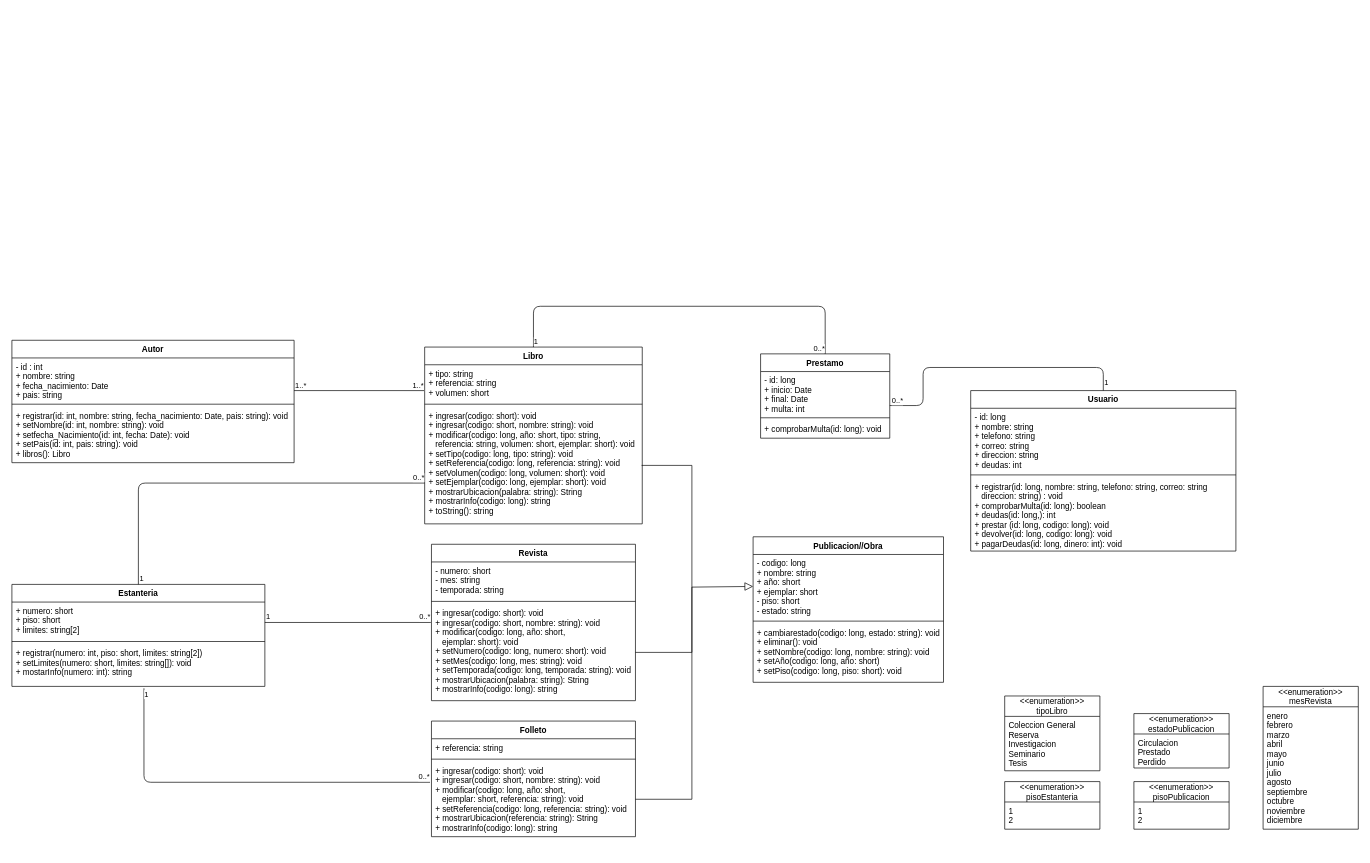
Earlier version of the draw.io diagram page "Diagrama de Clases" (1 of 3) of Memoria Escrita/Diagramas.drawio (POO2021-02-UNALMED/practica-1-grupo-2-equipo-3). Source tidied: cells renumbered, new cells numbered last; positions are measured from the earlier drawing's top-left corner, leaving out a move shared by most shapes. Both pictures are drawn from the tidied source at 68%, with x=0, y=0 at pixel (12, 306).
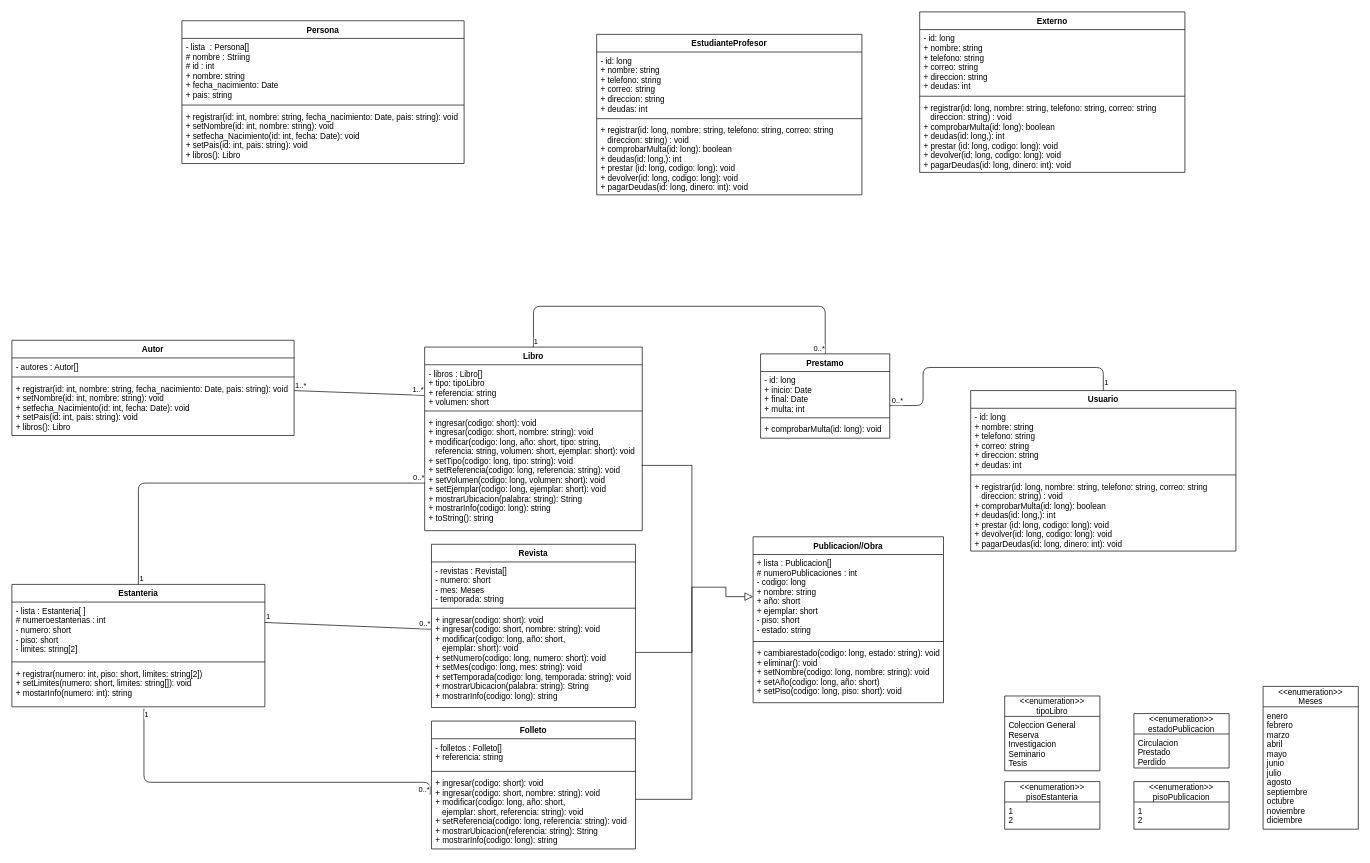
Above is the later version.

Change to the diagram source:
```diff
@@
     <mxCell id="3" value="Libro" style="swimlane;fontStyle=1;align=center;verticalAlign=top;horizontal=1;startSize=26;" parent="1" vertex="1">
-      <mxGeometry x="607" y="59.9" width="320" height="260" as="geometry" />
+      <mxGeometry x="607" y="59.9" width="320" height="270" as="geometry" />
     </mxCell>
-    <mxCell id="4" value="+ tipo: string&#10;+ referencia: string&#10;+ volumen: short" style="text;strokeColor=none;fillColor=none;align=left;verticalAlign=top;spacingLeft=4;spacingRight=4;overflow=hidden;points=[[0,0.5],[1,0.5]];portConstraint=eastwest;" parent="3" vertex="1">
-      <mxGeometry y="26" width="320" height="54" as="geometry" />
+    <mxCell id="4" value="- libros : Libro[]&#10;+ tipo: tipoLibro&#10;+ referencia: string&#10;+ volumen: short" style="text;strokeColor=none;fillColor=none;align=left;verticalAlign=top;spacingLeft=4;spacingRight=4;overflow=hidden;points=[[0,0.5],[1,0.5]];portConstraint=eastwest;" parent="3" vertex="1">
+      <mxGeometry y="26" width="320" height="64" as="geometry" />
     </mxCell>
     <mxCell id="5" style="line;strokeWidth=1;fillColor=none;align=left;verticalAlign=middle;spacingTop=-1;spacingLeft=3;spacingRight=3;labelPosition=right;" parent="3" vertex="1">
-      <mxGeometry y="80" width="320" height="8" as="geometry" />
+      <mxGeometry y="90" width="320" height="8" as="geometry" />
     </mxCell>
     <mxCell id="6" value="+ ingresar(codigo: short): void&#10;+ ingresar(codigo: short, nombre: string): void&#10;+ modificar(codigo: long, año: short, tipo: string, &#10;   referencia: string, volumen: short, ejemplar: short): void&#10;+ setTipo(codigo: long, tipo: string): void&#10;+ setReferencia(codigo: long, referencia: string): void&#10;+ setVolumen(codigo: long, volumen: short): void&#10;+ setEjemplar(codigo: long, ejemplar: short): void&#10;+ mostrarUbicacion(palabra: string): String&#10;+ mostrarInfo(codigo: long): string&#10;+ toString(): string" style="text;strokeColor=none;fillColor=none;align=left;verticalAlign=top;spacingLeft=4;spacingRight=4;overflow=hidden;" parent="3" vertex="1">
-      <mxGeometry y="88" width="320" height="172" as="geometry" />
+      <mxGeometry y="98" width="320" height="172" as="geometry" />
     </mxCell>
@@
     <mxCell id="11" value="Estanteria" style="swimlane;fontStyle=1;align=center;verticalAlign=top;horizontal=1;startSize=26;" parent="1" vertex="1">
-      <mxGeometry y="408.9" width="372" height="150" as="geometry" />
+      <mxGeometry y="408.9" width="372" height="180" as="geometry" />
     </mxCell>
-    <mxCell id="12" value="+ numero: short&#10;+ piso: short&#10;+ limites: string[2]" style="text;strokeColor=none;fillColor=none;align=left;verticalAlign=top;spacingLeft=4;spacingRight=4;overflow=hidden;" parent="11" vertex="1">
-      <mxGeometry y="26" width="372" height="54" as="geometry" />
+    <mxCell id="12" value="- lista : Estanteria[ ]&#10;# numeroestanterias : int&#10;- numero: short&#10;- piso: short&#10;- limites: string[2]" style="text;strokeColor=none;fillColor=none;align=left;verticalAlign=top;spacingLeft=4;spacingRight=4;overflow=hidden;" parent="11" vertex="1">
+      <mxGeometry y="26" width="372" height="84" as="geometry" />
     </mxCell>
     <mxCell id="13" style="line;strokeWidth=1;fillColor=none;align=left;verticalAlign=middle;spacingTop=-1;spacingLeft=3;spacingRight=3;labelPosition=right;" parent="11" vertex="1">
-      <mxGeometry y="80" width="372" height="8" as="geometry" />
+      <mxGeometry y="110" width="372" height="8" as="geometry" />
     </mxCell>
     <mxCell id="14" value="+ registrar(numero: int, piso: short, limites: string[2])&#10;+ setLimites(numero: short, limites: string[]): void&#10;+ mostarInfo(numero: int): string" style="text;strokeColor=none;fillColor=none;align=left;verticalAlign=top;spacingLeft=4;spacingRight=4;overflow=hidden;points=[[0,0.5],[1,0.5]];portConstraint=eastwest;" parent="11" vertex="1">
-      <mxGeometry y="88" width="372" height="62" as="geometry" />
+      <mxGeometry y="118" width="372" height="62" as="geometry" />
     </mxCell>
     <mxCell id="15" value="Revista" style="swimlane;fontStyle=1;align=center;verticalAlign=top;horizontal=1;startSize=26;" parent="1" vertex="1">
-      <mxGeometry x="617" y="349.9" width="300" height="230" as="geometry" />
+      <mxGeometry x="617" y="349.9" width="300" height="240" as="geometry" />
     </mxCell>
-    <mxCell id="16" value="- numero: short&#10;- mes: string&#10;- temporada: string" style="text;strokeColor=none;fillColor=none;align=left;verticalAlign=top;spacingLeft=4;spacingRight=4;overflow=hidden;" parent="15" vertex="1">
-      <mxGeometry y="26" width="300" height="54" as="geometry" />
+    <mxCell id="16" value="- revistas : Revista[]&#10;- numero: short&#10;- mes: Meses&#10;- temporada: string" style="text;strokeColor=none;fillColor=none;align=left;verticalAlign=top;spacingLeft=4;spacingRight=4;overflow=hidden;" parent="15" vertex="1">
+      <mxGeometry y="26" width="300" height="64" as="geometry" />
     </mxCell>
     <mxCell id="17" style="line;strokeWidth=1;fillColor=none;align=left;verticalAlign=middle;spacingTop=-1;spacingLeft=3;spacingRight=3;labelPosition=right;" parent="15" vertex="1">
-      <mxGeometry y="80" width="300" height="8" as="geometry" />
+      <mxGeometry y="90" width="300" height="8" as="geometry" />
     </mxCell>
     <mxCell id="18" value="+ ingresar(codigo: short): void&#10;+ ingresar(codigo: short, nombre: string): void&#10;+ modificar(codigo: long, año: short,&#10;   ejemplar: short): void&#10;+ setNumero(codigo: long, numero: short): void&#10;+ setMes(codigo: long, mes: string): void&#10;+ setTemporada(codigo: long, temporada: string): void&#10;+ mostrarUbicacion(palabra: string): String&#10;+ mostrarInfo(codigo: long): string" style="text;strokeColor=none;fillColor=none;align=left;verticalAlign=top;spacingLeft=4;spacingRight=4;overflow=hidden;points=[[0,0.5],[1,0.5]];portConstraint=eastwest;" parent="15" vertex="1">
-      <mxGeometry y="88" width="300" height="142" as="geometry" />
+      <mxGeometry y="98" width="300" height="142" as="geometry" />
     </mxCell>
     <mxCell id="19" value="Folleto" style="swimlane;fontStyle=1;align=center;verticalAlign=top;horizontal=1;startSize=26;" parent="1" vertex="1">
-      <mxGeometry x="617" y="609.9" width="300" height="170" as="geometry" />
+      <mxGeometry x="617" y="609.9" width="300" height="188" as="geometry" />
     </mxCell>
-    <mxCell id="20" value="+ referencia: string" style="text;strokeColor=none;fillColor=none;align=left;verticalAlign=top;spacingLeft=4;spacingRight=4;overflow=hidden;" parent="19" vertex="1">
-      <mxGeometry y="26" width="300" height="26" as="geometry" />
+    <mxCell id="20" value="- folletos : Folleto[]&#10;+ referencia: string" style="text;strokeColor=none;fillColor=none;align=left;verticalAlign=top;spacingLeft=4;spacingRight=4;overflow=hidden;" parent="19" vertex="1">
+      <mxGeometry y="26" width="300" height="44" as="geometry" />
     </mxCell>
     <mxCell id="21" style="line;strokeWidth=1;fillColor=none;align=left;verticalAlign=middle;spacingTop=-1;spacingLeft=3;spacingRight=3;labelPosition=right;" parent="19" vertex="1">
-      <mxGeometry y="52" width="300" height="8" as="geometry" />
+      <mxGeometry y="70" width="300" height="8" as="geometry" />
     </mxCell>
     <mxCell id="22" value="+ ingresar(codigo: short): void&#10;+ ingresar(codigo: short, nombre: string): void&#10;+ modificar(codigo: long, año: short,&#10;   ejemplar: short, referencia: string): void&#10;+ setReferencia(codigo: long, referencia: string): void&#10;+ mostrarUbicacion(referencia: string): String&#10;+ mostrarInfo(codigo: long): string" style="text;strokeColor=none;fillColor=none;align=left;verticalAlign=top;spacingLeft=4;spacingRight=4;overflow=hidden;points=[[0,0.5],[1,0.5]];portConstraint=eastwest;" parent="19" vertex="1">
-      <mxGeometry y="60" width="300" height="110" as="geometry" />
+      <mxGeometry y="78" width="300" height="110" as="geometry" />
     </mxCell>
     <mxCell id="23" value="Publicacion//Obra" style="swimlane;fontStyle=1;align=center;verticalAlign=top;horizontal=1;startSize=26;" parent="1" vertex="1">
-      <mxGeometry x="1090" y="338.9" width="280" height="214" as="geometry" />
+      <mxGeometry x="1090" y="338.9" width="280" height="244" as="geometry" />
     </mxCell>
-    <mxCell id="24" value="- codigo: long &#10;+ nombre: string&#10;+ año: short&#10;+ ejemplar: short&#10;- piso: short&#10;- estado: string" style="text;strokeColor=none;fillColor=none;align=left;verticalAlign=top;spacingLeft=4;spacingRight=4;overflow=hidden;points=[[0,0.5],[1,0.5]];portConstraint=eastwest;" parent="23" vertex="1">
-      <mxGeometry y="26" width="280" height="94" as="geometry" />
+    <mxCell id="24" value="+ lista : Publicacion[]&#10;# numeroPublicaciones : int&#10;- codigo: long &#10;+ nombre: string&#10;+ año: short&#10;+ ejemplar: short&#10;- piso: short&#10;- estado: string" style="text;strokeColor=none;fillColor=none;align=left;verticalAlign=top;spacingLeft=4;spacingRight=4;overflow=hidden;points=[[0,0.5],[1,0.5]];portConstraint=eastwest;" parent="23" vertex="1">
+      <mxGeometry y="26" width="280" height="124" as="geometry" />
     </mxCell>
     <mxCell id="25" style="line;strokeWidth=1;fillColor=none;align=left;verticalAlign=middle;spacingTop=-1;spacingLeft=3;spacingRight=3;labelPosition=right;" parent="23" vertex="1">
-      <mxGeometry y="120" width="280" height="8" as="geometry" />
+      <mxGeometry y="150" width="280" height="8" as="geometry" />
     </mxCell>
     <mxCell id="26" value="+ cambiarestado(codigo: long, estado: string): void&#10;+ eliminar(): void&#10;+ setNombre(codigo: long, nombre: string): void&#10;+ setAño(codigo: long, año: short)&#10;+ setPiso(codigo: long, piso: short): void" style="text;strokeColor=none;fillColor=none;align=left;verticalAlign=top;spacingLeft=4;spacingRight=4;overflow=hidden;" parent="23" vertex="1">
-      <mxGeometry y="128" width="280" height="86" as="geometry" />
+      <mxGeometry y="158" width="280" height="86" as="geometry" />
     </mxCell>
     <mxCell id="27" value="Autor" style="swimlane;fontStyle=1;align=center;verticalAlign=top;horizontal=1;startSize=26;" parent="1" vertex="1">
-      <mxGeometry y="49.9" width="415" height="180" as="geometry" />
+      <mxGeometry y="49.9" width="415" height="140" as="geometry" />
     </mxCell>
-    <mxCell id="28" value="- id : int&#10;+ nombre: string&#10;+ fecha_nacimiento: Date&#10;+ pais: string&#10;" style="text;strokeColor=none;fillColor=none;align=left;verticalAlign=top;spacingLeft=4;spacingRight=4;overflow=hidden;" parent="27" vertex="1">
-      <mxGeometry y="26" width="415" height="64" as="geometry" />
+    <mxCell id="28" value="- autores : Autor[]&#10;" style="text;strokeColor=none;fillColor=none;align=left;verticalAlign=top;spacingLeft=4;spacingRight=4;overflow=hidden;" parent="27" vertex="1">
+      <mxGeometry y="26" width="415" height="24" as="geometry" />
     </mxCell>
     <mxCell id="29" style="line;strokeWidth=1;fillColor=none;align=left;verticalAlign=middle;spacingTop=-1;spacingLeft=3;spacingRight=3;labelPosition=right;" parent="27" vertex="1">
-      <mxGeometry y="90" width="415" height="8" as="geometry" />
+      <mxGeometry y="50" width="415" height="8" as="geometry" />
     </mxCell>
     <mxCell id="30" value="+ registrar(id: int, nombre: string, fecha_nacimiento: Date, pais: string): void&#10;+ setNombre(id: int, nombre: string): void&#10;+ setfecha_Nacimiento(id: int, fecha: Date): void&#10;+ setPais(id: int, pais: string): void&#10;+ libros(): Libro" style="text;strokeColor=none;fillColor=none;align=left;verticalAlign=top;spacingLeft=4;spacingRight=4;overflow=hidden;" parent="27" vertex="1">
-      <mxGeometry y="98" width="415" height="82" as="geometry" />
+      <mxGeometry y="58" width="415" height="82" as="geometry" />
     </mxCell>
@@
     <mxCell id="36" style="edgeStyle=orthogonalEdgeStyle;rounded=0;jettySize=auto;html=1;entryX=0;entryY=0.5;entryDx=0;entryDy=0;endArrow=block;endFill=0;endSize=10;" parent="1" edge="1" source="22" target="24">
       <mxGeometry relative="1" as="geometry">
         <Array as="points">
-          <mxPoint x="1000" y="724.9" />
-          <mxPoint x="1000" y="412.9" />
+          <mxPoint x="1000" y="725" />
+          <mxPoint x="1000" y="413" />
+          <mxPoint x="1050" y="413" />
+          <mxPoint x="1050" y="427" />
         </Array>
       </mxGeometry>
     </mxCell>
@@
-    <mxCell id="57" value="&lt;&lt;enumeration&gt;&gt;&#10;mesRevista" style="swimlane;fontStyle=0;horizontal=1;startSize=30;" parent="1" vertex="1">
+    <mxCell id="57" value="&lt;&lt;enumeration&gt;&gt;&#10;Meses" style="swimlane;fontStyle=0;horizontal=1;startSize=30;" parent="1" vertex="1">
       <mxGeometry x="1840" y="558.9" width="140" height="210" as="geometry" />
     </mxCell>
@@
+    <mxCell id="65" value="Persona" style="swimlane;fontStyle=1;align=center;verticalAlign=top;horizontal=1;startSize=26;" parent="1" vertex="1">
+      <mxGeometry x="250" y="-420" width="415" height="210" as="geometry" />
+    </mxCell>
+    <mxCell id="66" value="- lista  : Persona[]&#10;# nombre : Striing&#10;# id : int&#10;+ nombre: string&#10;+ fecha_nacimiento: Date&#10;+ pais: string&#10;" style="text;strokeColor=none;fillColor=none;align=left;verticalAlign=top;spacingLeft=4;spacingRight=4;overflow=hidden;" parent="65" vertex="1">
+      <mxGeometry y="26" width="415" height="94" as="geometry" />
+    </mxCell>
+    <mxCell id="67" style="line;strokeWidth=1;fillColor=none;align=left;verticalAlign=middle;spacingTop=-1;spacingLeft=3;spacingRight=3;labelPosition=right;" parent="65" vertex="1">
+      <mxGeometry y="120" width="415" height="8" as="geometry" />
+    </mxCell>
+    <mxCell id="68" value="+ registrar(id: int, nombre: string, fecha_nacimiento: Date, pais: string): void&#10;+ setNombre(id: int, nombre: string): void&#10;+ setfecha_Nacimiento(id: int, fecha: Date): void&#10;+ setPais(id: int, pais: string): void&#10;+ libros(): Libro" style="text;strokeColor=none;fillColor=none;align=left;verticalAlign=top;spacingLeft=4;spacingRight=4;overflow=hidden;" parent="65" vertex="1">
+      <mxGeometry y="128" width="415" height="82" as="geometry" />
+    </mxCell>
+    <mxCell id="69" value="EstudianteProfesor" style="swimlane;fontStyle=1;align=center;verticalAlign=top;horizontal=1;startSize=26;" parent="1" vertex="1">
+      <mxGeometry x="860" y="-400" width="390" height="236" as="geometry" />
+    </mxCell>
+    <mxCell id="70" value="- id: long&#10;+ nombre: string&#10;+ telefono: string&#10;+ correo: string&#10;+ direccion: string&#10;+ deudas: int" style="text;strokeColor=none;fillColor=none;align=left;verticalAlign=top;spacingLeft=4;spacingRight=4;overflow=hidden;" parent="69" vertex="1">
+      <mxGeometry y="26" width="390" height="94" as="geometry" />
+    </mxCell>
+    <mxCell id="71" style="line;strokeWidth=1;fillColor=none;align=left;verticalAlign=middle;spacingTop=-1;spacingLeft=3;spacingRight=3;labelPosition=right;" parent="69" vertex="1">
+      <mxGeometry y="120" width="390" height="8" as="geometry" />
+    </mxCell>
+    <mxCell id="72" value="+ registrar(id: long, nombre: string, telefono: string, correo: string&#10;   direccion: string) : void&#10;+ comprobarMulta(id: long): boolean&#10;+ deudas(id: long,): int&#10;+ prestar (id: long, codigo: long): void &#10;+ devolver(id: long, codigo: long): void&#10;+ pagarDeudas(id: long, dinero: int): void&#10;" style="text;strokeColor=none;fillColor=none;align=left;verticalAlign=top;spacingLeft=4;spacingRight=4;overflow=hidden;" parent="69" vertex="1">
+      <mxGeometry y="128" width="390" height="108" as="geometry" />
+    </mxCell>
+    <mxCell id="73" value="Externo" style="swimlane;fontStyle=1;align=center;verticalAlign=top;horizontal=1;startSize=26;" parent="1" vertex="1">
+      <mxGeometry x="1335" y="-433" width="390" height="236" as="geometry" />
+    </mxCell>
+    <mxCell id="74" value="- id: long&#10;+ nombre: string&#10;+ telefono: string&#10;+ correo: string&#10;+ direccion: string&#10;+ deudas: int" style="text;strokeColor=none;fillColor=none;align=left;verticalAlign=top;spacingLeft=4;spacingRight=4;overflow=hidden;" parent="73" vertex="1">
+      <mxGeometry y="26" width="390" height="94" as="geometry" />
+    </mxCell>
+    <mxCell id="75" style="line;strokeWidth=1;fillColor=none;align=left;verticalAlign=middle;spacingTop=-1;spacingLeft=3;spacingRight=3;labelPosition=right;" parent="73" vertex="1">
+      <mxGeometry y="120" width="390" height="8" as="geometry" />
+    </mxCell>
+    <mxCell id="76" value="+ registrar(id: long, nombre: string, telefono: string, correo: string&#10;   direccion: string) : void&#10;+ comprobarMulta(id: long): boolean&#10;+ deudas(id: long,): int&#10;+ prestar (id: long, codigo: long): void &#10;+ devolver(id: long, codigo: long): void&#10;+ pagarDeudas(id: long, dinero: int): void&#10;" style="text;strokeColor=none;fillColor=none;align=left;verticalAlign=top;spacingLeft=4;spacingRight=4;overflow=hidden;" parent="73" vertex="1">
+      <mxGeometry y="128" width="390" height="108" as="geometry" />
+    </mxCell>
```
